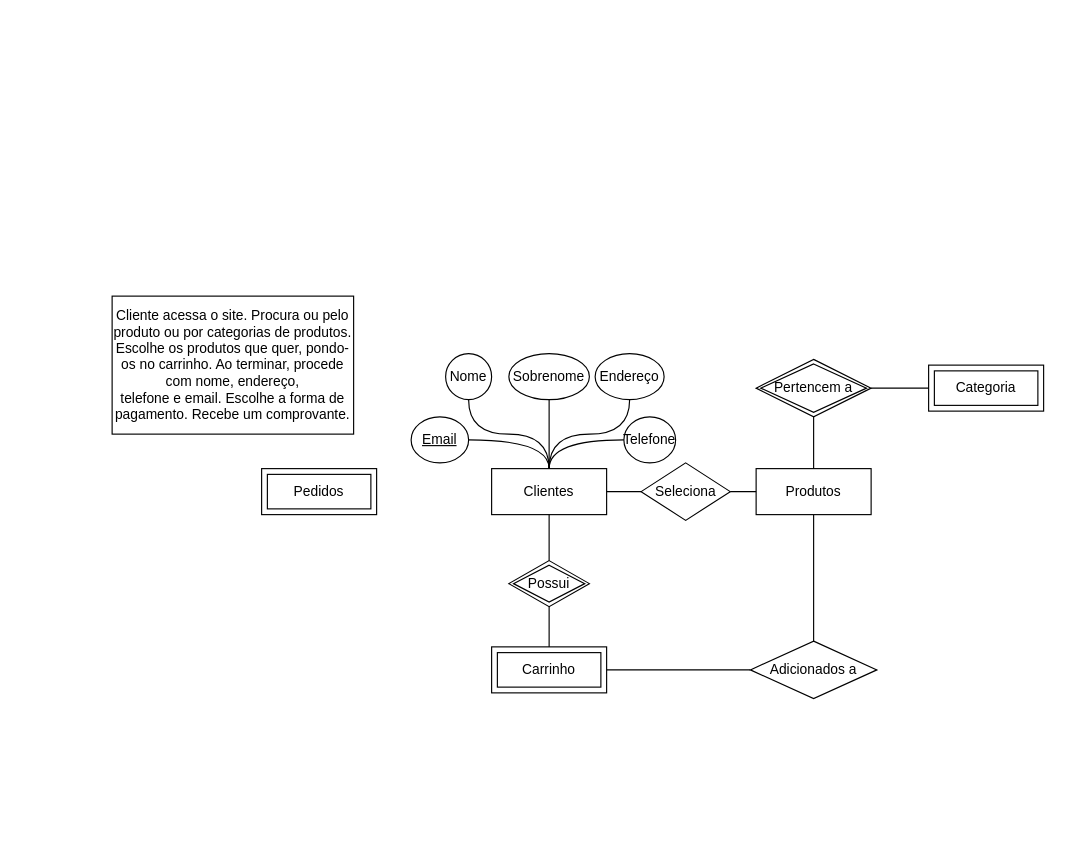
Above: Dannyel/DanFonR.drawio in DanFonR/cco_database_iesb (draw.io), before the change. Source tidied: cells renumbered, new cells numbered last; positions are measured from the earlier drawing's top-left corner, leaving out a move shared by most shapes. Both pictures are drawn from the tidied source at 115%, with x=0, y=0 at pixel (112, 296).
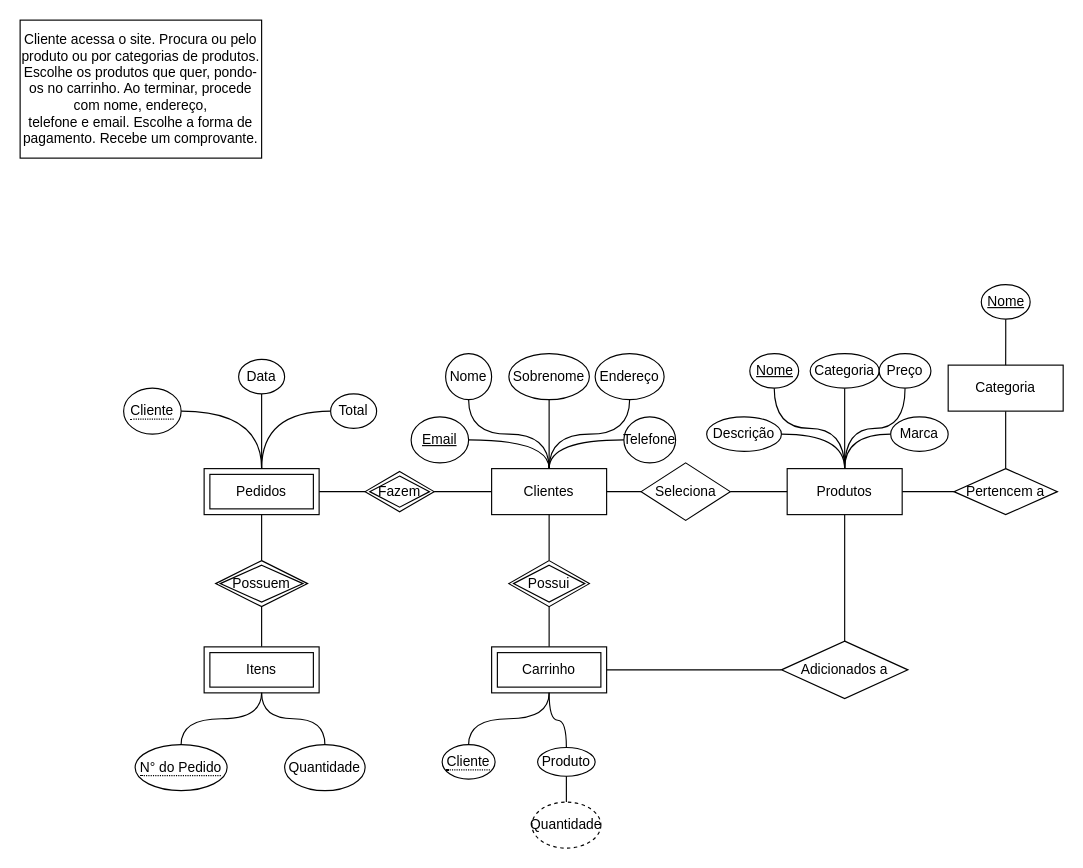
The same diagram, later.

Commit message:
Mais Atributos adicionados

The change refers to these unchanged cells:
```xml
<mxCell id="7" value="Clientes" style="whiteSpace=wrap;html=1;align=center;" parent="1" vertex="1">
  <mxGeometry x="330" y="150" width="100" height="40" as="geometry" />
</mxCell>
<mxCell id="21" value="Carrinho" style="shape=ext;margin=3;double=1;whiteSpace=wrap;html=1;align=center;" parent="1" vertex="1">
  <mxGeometry x="330" y="305" width="100" height="40" as="geometry" />
</mxCell>
```

The edit, as a diff of the source:
```diff
@@
+    <mxCell id="30" style="edgeStyle=orthogonalEdgeStyle;rounded=0;jettySize=auto;html=1;endArrow=none;endFill=0;" parent="1" edge="1" source="9" target="29">
+      <mxGeometry relative="1" as="geometry" />
+    </mxCell>
     <mxCell id="9" value="Produtos" style="whiteSpace=wrap;html=1;align=center;" parent="1" vertex="1">
-      <mxGeometry x="560" y="150" width="100" height="40" as="geometry" />
+      <mxGeometry x="587" y="150" width="100" height="40" as="geometry" />
     </mxCell>
@@
     <mxCell id="17" value="Adicionados a" style="shape=rhombus;perimeter=rhombusPerimeter;whiteSpace=wrap;html=1;align=center;" parent="1" vertex="1">
-      <mxGeometry x="555" y="300" width="110" height="50" as="geometry" />
+      <mxGeometry x="582" y="300" width="110" height="50" as="geometry" />
     </mxCell>
@@
     <mxCell id="22" value="Pedidos" style="shape=ext;margin=3;double=1;whiteSpace=wrap;html=1;align=center;" parent="1" vertex="1">
-      <mxGeometry x="130" y="150" width="100" height="40" as="geometry" />
+      <mxGeometry x="80" y="150" width="100" height="40" as="geometry" />
     </mxCell>
     <mxCell id="23" value="&lt;div&gt;Cliente acessa o site. Procura ou pelo produto ou por categorias de produtos. Escolhe os produtos que quer, pondo-os no carrinho. Ao terminar, procede com nome, endereço,&lt;/div&gt;&lt;div&gt;telefone e email. Escolhe a forma de pagamento. Recebe um comprovante.&lt;/div&gt;" style="rounded=0;whiteSpace=wrap;html=1;" parent="1" vertex="1">
-      <mxGeometry width="210" height="120" as="geometry" />
+      <mxGeometry x="-80" y="-240" width="210" height="120" as="geometry" />
     </mxCell>
@@
-    <mxCell id="26" value="Categoria" style="shape=ext;margin=3;double=1;whiteSpace=wrap;html=1;align=center;" parent="1" vertex="1">
-      <mxGeometry x="710" y="60" width="100" height="40" as="geometry" />
-    </mxCell>
-    <mxCell id="27" style="edgeStyle=orthogonalEdgeStyle;rounded=0;jettySize=auto;html=1;endArrow=none;endFill=0;" parent="1" edge="1" source="29" target="9">
-      <mxGeometry relative="1" as="geometry" />
-    </mxCell>
-    <mxCell id="28" style="edgeStyle=orthogonalEdgeStyle;rounded=0;jettySize=auto;html=1;endArrow=none;endFill=0;" parent="1" edge="1" source="29" target="26">
-      <mxGeometry relative="1" as="geometry" />
+    <mxCell id="28" style="edgeStyle=orthogonalEdgeStyle;rounded=0;orthogonalLoop=1;jettySize=auto;html=1;endArrow=none;endFill=0;" parent="1" edge="1">
+      <mxGeometry relative="1" as="geometry">
+        <mxPoint x="760" y="145" as="sourcePoint" />
+      </mxGeometry>
     </mxCell>
+    <mxCell id="31" style="edgeStyle=orthogonalEdgeStyle;rounded=0;jettySize=auto;html=1;endArrow=none;endFill=0;" parent="1" edge="1" source="33" target="7">
+      <mxGeometry relative="1" as="geometry" />
+    </mxCell>
+    <mxCell id="32" style="edgeStyle=orthogonalEdgeStyle;rounded=0;jettySize=auto;html=1;endArrow=none;endFill=0;" parent="1" edge="1" source="33" target="22">
+      <mxGeometry relative="1" as="geometry" />
+    </mxCell>
+    <mxCell id="33" value="Fazem" style="shape=rhombus;double=1;perimeter=rhombusPerimeter;whiteSpace=wrap;html=1;align=center;" parent="1" vertex="1">
+      <mxGeometry x="220" y="152.5" width="60" height="35" as="geometry" />
+    </mxCell>
+    <mxCell id="34" style="edgeStyle=orthogonalEdgeStyle;rounded=0;jettySize=auto;html=1;entryX=0.5;entryY=0;entryDx=0;entryDy=0;curved=1;endArrow=none;endFill=0;" parent="1" edge="1" source="35" target="9">
+      <mxGeometry relative="1" as="geometry" />
+    </mxCell>
+    <mxCell id="35" value="Nome" style="ellipse;whiteSpace=wrap;html=1;align=center;fontStyle=4;" parent="1" vertex="1">
+      <mxGeometry x="554.5" y="50" width="42.5" height="30" as="geometry" />
+    </mxCell>
+    <mxCell id="36" style="edgeStyle=orthogonalEdgeStyle;rounded=0;jettySize=auto;html=1;curved=1;endArrow=none;endFill=0;" parent="1" edge="1" source="37" target="9">
+      <mxGeometry relative="1" as="geometry" />
+    </mxCell>
+    <mxCell id="37" value="Categoria" style="ellipse;whiteSpace=wrap;html=1;align=center;" parent="1" vertex="1">
+      <mxGeometry x="607" y="50" width="60" height="30" as="geometry" />
+    </mxCell>
+    <mxCell id="38" style="edgeStyle=orthogonalEdgeStyle;rounded=0;jettySize=auto;html=1;entryX=0.5;entryY=0;entryDx=0;entryDy=0;curved=1;endArrow=none;endFill=0;" parent="1" edge="1" source="39" target="9">
+      <mxGeometry relative="1" as="geometry" />
+    </mxCell>
+    <mxCell id="39" value="Preço" style="ellipse;whiteSpace=wrap;html=1;align=center;" parent="1" vertex="1">
+      <mxGeometry x="667" y="50" width="45" height="30" as="geometry" />
+    </mxCell>
+    <mxCell id="40" style="edgeStyle=orthogonalEdgeStyle;rounded=0;jettySize=auto;html=1;entryX=0.5;entryY=0;entryDx=0;entryDy=0;curved=1;endArrow=none;endFill=0;" parent="1" edge="1" source="41" target="9">
+      <mxGeometry relative="1" as="geometry" />
+    </mxCell>
+    <mxCell id="41" value="Descrição" style="ellipse;whiteSpace=wrap;html=1;align=center;" parent="1" vertex="1">
+      <mxGeometry x="517" y="105" width="65" height="30" as="geometry" />
+    </mxCell>
+    <mxCell id="42" style="edgeStyle=orthogonalEdgeStyle;rounded=0;jettySize=auto;html=1;entryX=0.5;entryY=0;entryDx=0;entryDy=0;curved=1;endArrow=none;endFill=0;exitX=0;exitY=0.5;exitDx=0;exitDy=0;" parent="1" edge="1" source="43" target="9">
+      <mxGeometry relative="1" as="geometry" />
+    </mxCell>
+    <mxCell id="43" value="Marca" style="ellipse;whiteSpace=wrap;html=1;align=center;" parent="1" vertex="1">
+      <mxGeometry x="677" y="105" width="50" height="30" as="geometry" />
+    </mxCell>
+    <mxCell id="44" style="edgeStyle=orthogonalEdgeStyle;rounded=0;jettySize=auto;html=1;endArrow=none;endFill=0;" parent="1" edge="1" source="45" target="29">
+      <mxGeometry relative="1" as="geometry" />
+    </mxCell>
+    <mxCell id="45" value="Categoria" style="whiteSpace=wrap;html=1;align=center;" parent="1" vertex="1">
+      <mxGeometry x="727" y="60" width="100" height="40" as="geometry" />
+    </mxCell>
-    <mxCell id="29" value="Pertencem a" style="shape=rhombus;double=1;perimeter=rhombusPerimeter;whiteSpace=wrap;html=1;align=center;" parent="1" vertex="1">
-      <mxGeometry x="560" y="55" width="100" height="50" as="geometry" />
+    <mxCell id="29" value="Pertencem a" style="shape=rhombus;perimeter=rhombusPerimeter;whiteSpace=wrap;html=1;align=center;" parent="1" vertex="1">
+      <mxGeometry x="732" y="150" width="90" height="40" as="geometry" />
     </mxCell>
+    <mxCell id="46" style="edgeStyle=orthogonalEdgeStyle;rounded=0;jettySize=auto;html=1;curved=1;endArrow=none;endFill=0;" parent="1" edge="1" source="47" target="45">
+      <mxGeometry relative="1" as="geometry" />
+    </mxCell>
+    <mxCell id="47" value="Nome" style="ellipse;whiteSpace=wrap;html=1;align=center;fontStyle=4;" parent="1" vertex="1">
+      <mxGeometry x="755.8" y="-10" width="42.5" height="30" as="geometry" />
+    </mxCell>
+    <mxCell id="48" style="edgeStyle=orthogonalEdgeStyle;rounded=0;jettySize=auto;html=1;endArrow=none;endFill=0;" parent="1" edge="1" source="50" target="51">
+      <mxGeometry relative="1" as="geometry" />
+    </mxCell>
+    <mxCell id="49" style="edgeStyle=orthogonalEdgeStyle;rounded=0;jettySize=auto;html=1;entryX=0.5;entryY=1;entryDx=0;entryDy=0;endArrow=none;endFill=0;" parent="1" edge="1" source="50" target="22">
+      <mxGeometry relative="1" as="geometry" />
+    </mxCell>
+    <mxCell id="50" value="Possuem" style="shape=rhombus;double=1;perimeter=rhombusPerimeter;whiteSpace=wrap;html=1;align=center;" parent="1" vertex="1">
+      <mxGeometry x="90" y="230" width="80" height="40" as="geometry" />
+    </mxCell>
+    <mxCell id="51" value="Itens" style="shape=ext;margin=3;double=1;whiteSpace=wrap;html=1;align=center;" parent="1" vertex="1">
+      <mxGeometry x="80" y="305" width="100" height="40" as="geometry" />
+    </mxCell>
+    <mxCell id="52" style="edgeStyle=orthogonalEdgeStyle;rounded=0;jettySize=auto;html=1;curved=1;endArrow=none;endFill=0;" parent="1" edge="1" source="53" target="51">
+      <mxGeometry relative="1" as="geometry" />
+    </mxCell>
+    <mxCell id="53" value="&lt;span style=&quot;border-bottom: 1px dotted&quot;&gt;N° do Pedido&lt;/span&gt;" style="ellipse;whiteSpace=wrap;html=1;align=center;" parent="1" vertex="1">
+      <mxGeometry x="20" y="390" width="80" height="40" as="geometry" />
+    </mxCell>
+    <mxCell id="54" style="edgeStyle=orthogonalEdgeStyle;rounded=0;jettySize=auto;html=1;entryX=0.5;entryY=0;entryDx=0;entryDy=0;endArrow=none;endFill=0;curved=1;" parent="1" edge="1" source="55" target="22">
+      <mxGeometry relative="1" as="geometry" />
+    </mxCell>
+    <mxCell id="55" value="&lt;span style=&quot;border-bottom: 1px dotted&quot;&gt;Cliente&lt;/span&gt;" style="ellipse;whiteSpace=wrap;html=1;align=center;" parent="1" vertex="1">
+      <mxGeometry x="10" y="80" width="50" height="40" as="geometry" />
+    </mxCell>
+    <mxCell id="56" style="edgeStyle=orthogonalEdgeStyle;rounded=0;jettySize=auto;html=1;endArrow=none;endFill=0;curved=1;" parent="1" edge="1" source="57" target="22">
+      <mxGeometry relative="1" as="geometry" />
+    </mxCell>
+    <mxCell id="57" value="Total" style="ellipse;whiteSpace=wrap;html=1;align=center;" parent="1" vertex="1">
+      <mxGeometry x="190" y="85" width="40" height="30" as="geometry" />
+    </mxCell>
+    <mxCell id="58" style="edgeStyle=orthogonalEdgeStyle;rounded=0;jettySize=auto;html=1;endArrow=none;endFill=0;curved=1;" parent="1" edge="1" source="59" target="22">
+      <mxGeometry relative="1" as="geometry" />
+    </mxCell>
+    <mxCell id="59" value="Data" style="ellipse;whiteSpace=wrap;html=1;align=center;" parent="1" vertex="1">
+      <mxGeometry x="110" y="55" width="40" height="30" as="geometry" />
+    </mxCell>
+    <mxCell id="60" style="edgeStyle=orthogonalEdgeStyle;rounded=0;jettySize=auto;html=1;curved=1;endArrow=none;endFill=0;" parent="1" edge="1" source="61" target="51">
+      <mxGeometry relative="1" as="geometry" />
+    </mxCell>
+    <mxCell id="61" value="Quantidade" style="ellipse;whiteSpace=wrap;html=1;align=center;" parent="1" vertex="1">
+      <mxGeometry x="150" y="390" width="70" height="40" as="geometry" />
+    </mxCell>
+    <mxCell id="62" style="edgeStyle=orthogonalEdgeStyle;rounded=0;jettySize=auto;html=1;endArrow=none;endFill=0;curved=1;" parent="1" edge="1" source="63" target="21">
+      <mxGeometry relative="1" as="geometry" />
+    </mxCell>
+    <mxCell id="63" value="&lt;span style=&quot;border-bottom: 1px dotted&quot;&gt;Cliente&lt;/span&gt;" style="ellipse;whiteSpace=wrap;html=1;align=center;" parent="1" vertex="1">
+      <mxGeometry x="287" y="390" width="46" height="30" as="geometry" />
+    </mxCell>
+    <mxCell id="64" style="edgeStyle=orthogonalEdgeStyle;rounded=0;jettySize=auto;html=1;endArrow=none;endFill=0;curved=1;" parent="1" edge="1" source="65" target="21">
+      <mxGeometry relative="1" as="geometry" />
+    </mxCell>
+    <mxCell id="65" value="Produto" style="ellipse;whiteSpace=wrap;html=1;align=center;" parent="1" vertex="1">
+      <mxGeometry x="370" y="392.5" width="50" height="25" as="geometry" />
+    </mxCell>
+    <mxCell id="66" style="edgeStyle=orthogonalEdgeStyle;rounded=0;jettySize=auto;html=1;curved=1;endArrow=none;endFill=0;" parent="1" edge="1" source="67" target="65">
+      <mxGeometry relative="1" as="geometry" />
+    </mxCell>
+    <mxCell id="67" value="Quantidade" style="ellipse;whiteSpace=wrap;html=1;align=center;dashed=1;" parent="1" vertex="1">
+      <mxGeometry x="365" y="440" width="60" height="40" as="geometry" />
+    </mxCell>
```
